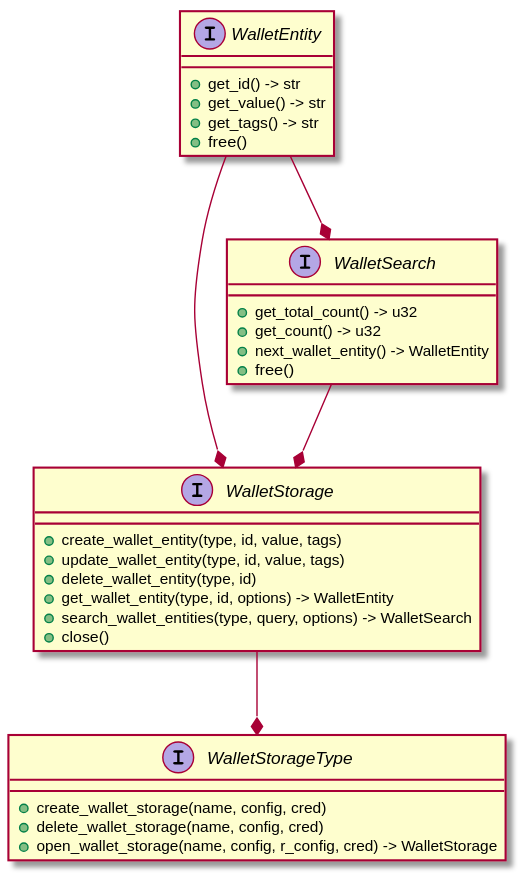
Earlier version of the PlantUML export doc/design/wallet/storage-interface.svg (hyperledger-archives/indy-sdk).
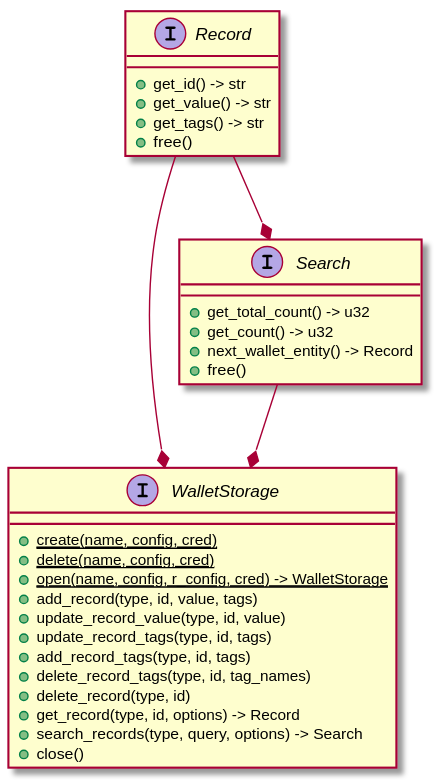
After the commit.

Commit message:
* Wallet design was updated according to the latest vision

The edit, as a diff of the source:
```diff
@@ -1,36 +1,35 @@
-@startuml stotage-interface
+@startuml storage-interface
 
-interface WalletStorageType {
-    +create_wallet_storage(name, config, cred)
-    +delete_wallet_storage(name, config, cred)
-    +open_wallet_storage(name, config, r_config, cred) -> WalletStorage
+interface WalletStorage {
+    + {static} create(name, config, cred)
+    + {static} delete(name, config, cred)
+    + {static} open(name, config, r_config, cred) -> WalletStorage
+    + add_record(type, id, value, tags)
+    + update_record_value(type, id, value)
+    + update_record_tags(type, id, tags)
+    + add_record_tags(type, id, tags)
+    + delete_record_tags(type, id, tag_names)
+    + delete_record(type, id)
+    + get_record(type, id, options) -> Record
+    + search_records(type, query, options) -> Search
+    +close()
 }
 
-interface WalletStorage {
-    +create_wallet_entity(type, id, value, tags)
-    +update_wallet_entity(type, id, value, tags)
-    +delete_wallet_entity(type, id)
-    +get_wallet_entity(type, id, options) -> WalletEntity
-    +search_wallet_entities(type, query, options) -> WalletSearch
-    +close()
+interface Search {
+    + get_total_count() -> u32
+    + get_count() -> u32
+    + next_wallet_entity() -> Record
+    + free()
 }
-WalletStorage --* WalletStorageType
+Search --* WalletStorage
 
-interface WalletSearch {
-    +get_total_count() -> u32
-    +get_count() -> u32
-    +next_wallet_entity() -> WalletEntity
-    +free()
+interface Record {
+    + get_id() -> str
+    + get_value() -> str
+    + get_tags() -> str
+    + free()
 }
-WalletSearch --* WalletStorage
-
-interface WalletEntity {
-    +get_id() -> str
-    +get_value() -> str
-    +get_tags() -> str
-    +free()
-}
-WalletEntity --* WalletStorage
-WalletEntity --* WalletSearch
+Record --* WalletStorage
+Record --* Search
 
 @enduml
```
